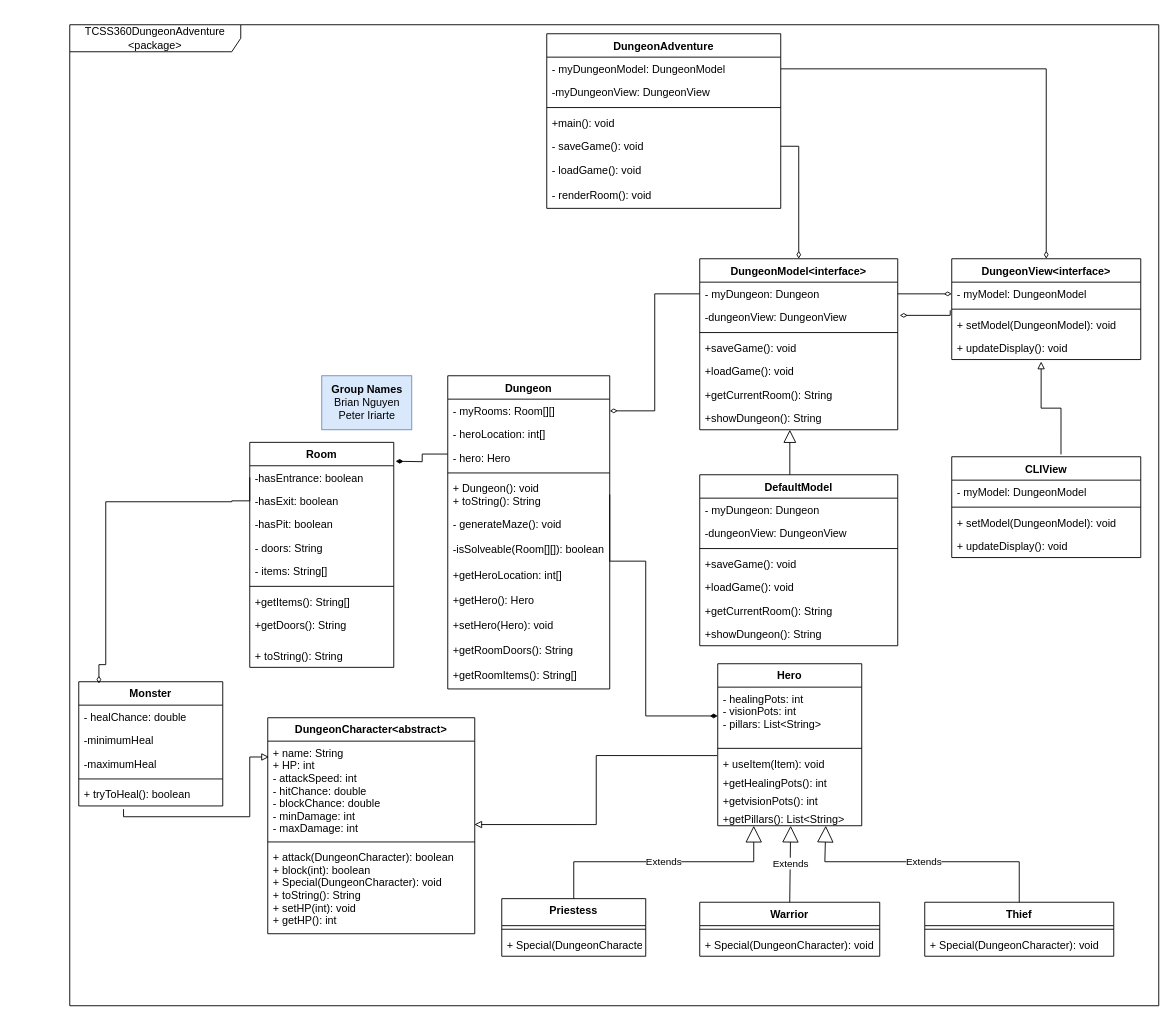
The draw.io diagram Dungeon.drawio in dapinkone/TCSS360DungeonAdventure, before the edit. Source tidied: cells renumbered, new cells numbered last; positions are measured from the earlier drawing's top-left corner, leaving out a move shared by most shapes. Both pictures are drawn from the tidied source at 90%, with x=0, y=0 at pixel (69, 24).
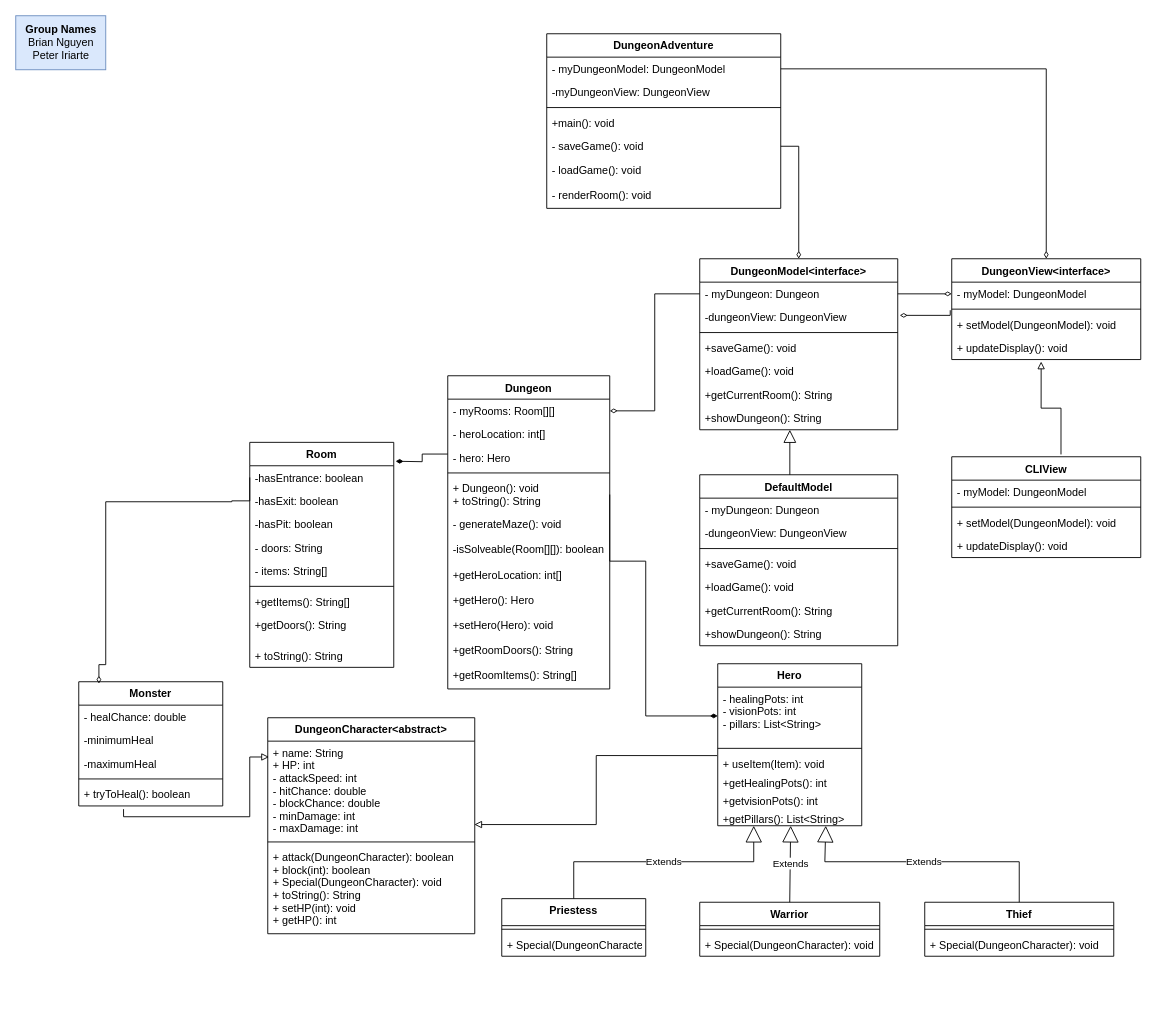
Above is the later version.

What changed in the source:
```diff
@@
-    <mxCell id="2" value="&lt;div&gt;TCSS360DungeonAdventure&lt;/div&gt;&lt;div&gt;&amp;lt;package&amp;gt;&lt;br&gt;&lt;/div&gt;" style="shape=umlFrame;whiteSpace=wrap;html=1;width=190;height=30;" parent="1" vertex="1">
-      <mxGeometry width="1210" height="1090" as="geometry" />
-    </mxCell>
@@
     <mxCell id="84" value="&lt;b&gt;Group Names&lt;/b&gt;&lt;br&gt;Brian Nguyen&lt;br&gt;Peter Iriarte" style="text;html=1;align=center;verticalAlign=middle;fillColor=#dae8fc;strokeColor=#6c8ebf;" parent="1" vertex="1">
-      <mxGeometry x="280" y="390" width="100" height="60" as="geometry" />
+      <mxGeometry x="-60" y="-10" width="100" height="60" as="geometry" />
     </mxCell>
```
